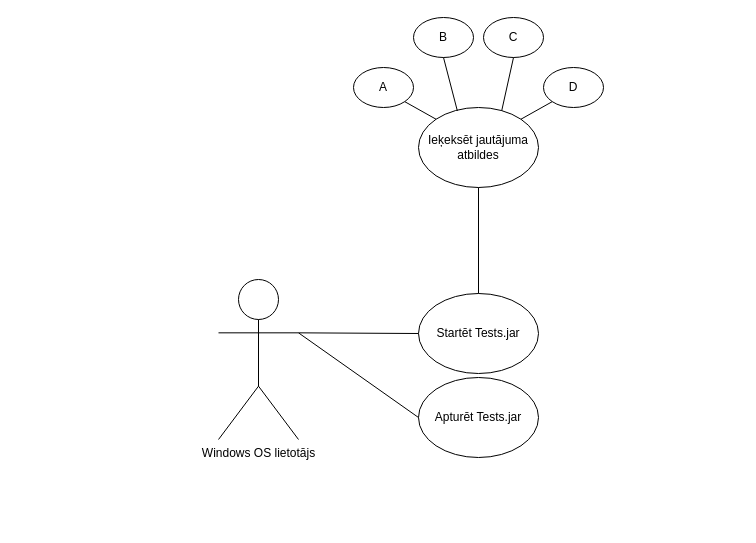
The draw.io diagram UML/UseCaseDiagram.drawio in ralfsSenfelds/SesijasEksamens_Senfelds, before the edit. Source tidied: cells renumbered, new cells numbered last; positions are measured from the earlier drawing's top-left corner, leaving out a move shared by most shapes. Both pictures are drawn from the tidied source at 100%, with x=0, y=0 at pixel (218, 17).
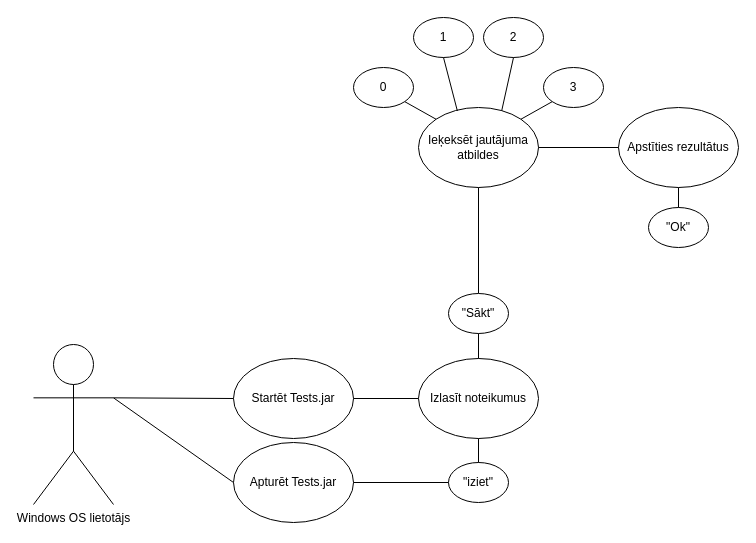
Above is the later version.

Unchanged cells that the change refers to:
```xml
<mxCell id="5" value="Ieķeksēt jautājuma atbildes" style="ellipse;whiteSpace=wrap;html=1;" parent="1" vertex="1">
  <mxGeometry x="200" y="90" width="120" height="80" as="geometry" />
</mxCell>
```

The edit, as a diff of the source:
```diff
@@
     <mxCell id="2" value="Windows OS lietotājs" style="shape=umlActor;verticalLabelPosition=bottom;verticalAlign=top;html=1;outlineConnect=0;" parent="1" vertex="1">
-      <mxGeometry y="262" width="80" height="160" as="geometry" />
+      <mxGeometry x="-185" y="327" width="80" height="160" as="geometry" />
     </mxCell>
     <mxCell id="3" value="Startēt Tests.jar" style="ellipse;whiteSpace=wrap;html=1;" parent="1" vertex="1">
-      <mxGeometry x="200" y="276" width="120" height="80" as="geometry" />
+      <mxGeometry x="15" y="341" width="120" height="80" as="geometry" />
     </mxCell>
     <mxCell id="4" value="Apturēt Tests.jar" style="ellipse;whiteSpace=wrap;html=1;" parent="1" vertex="1">
-      <mxGeometry x="200" y="360" width="120" height="80" as="geometry" />
+      <mxGeometry x="15" y="425" width="120" height="80" as="geometry" />
     </mxCell>
@@
-    <mxCell id="6" value="A" style="ellipse;whiteSpace=wrap;html=1;" parent="1" vertex="1">
+    <mxCell id="6" value="0" style="ellipse;whiteSpace=wrap;html=1;" parent="1" vertex="1">
       <mxGeometry x="135" y="50" width="60" height="40" as="geometry" />
     </mxCell>
-    <mxCell id="7" value="B" style="ellipse;whiteSpace=wrap;html=1;" parent="1" vertex="1">
+    <mxCell id="7" value="1" style="ellipse;whiteSpace=wrap;html=1;" parent="1" vertex="1">
       <mxGeometry x="195" width="60" height="40" as="geometry" />
     </mxCell>
-    <mxCell id="8" value="C" style="ellipse;whiteSpace=wrap;html=1;" parent="1" vertex="1">
+    <mxCell id="8" value="2" style="ellipse;whiteSpace=wrap;html=1;" parent="1" vertex="1">
       <mxGeometry x="265" width="60" height="40" as="geometry" />
     </mxCell>
-    <mxCell id="9" value="D" style="ellipse;whiteSpace=wrap;html=1;" parent="1" vertex="1">
+    <mxCell id="9" value="3" style="ellipse;whiteSpace=wrap;html=1;" parent="1" vertex="1">
       <mxGeometry x="325" y="50" width="60" height="40" as="geometry" />
     </mxCell>
@@
-    <mxCell id="12" style="endArrow=none;html=1;rounded=0;exitX=0.5;exitY=0;exitDx=0;exitDy=0;entryX=0.5;entryY=1;entryDx=0;entryDy=0;" parent="1" edge="1" source="3" target="5">
-      <mxGeometry relative="1" as="geometry" />
+    <mxCell id="12" style="endArrow=none;html=1;rounded=0;exitX=0.5;exitY=0;exitDx=0;exitDy=0;entryX=0.5;entryY=1;entryDx=0;entryDy=0;" parent="1" edge="1" target="5">
+      <mxGeometry relative="1" as="geometry">
+        <mxPoint x="260" y="276" as="sourcePoint" />
+      </mxGeometry>
     </mxCell>
@@
+    <mxCell id="17" value="Apstīties rezultātus" style="ellipse;whiteSpace=wrap;html=1;" parent="1" vertex="1">
+      <mxGeometry x="400" y="90" width="120" height="80" as="geometry" />
+    </mxCell>
+    <mxCell id="18" style="endArrow=none;html=1;rounded=0;exitX=0;exitY=0.5;exitDx=0;exitDy=0;entryX=1;entryY=0.5;entryDx=0;entryDy=0;" parent="1" edge="1" target="5">
+      <mxGeometry relative="1" as="geometry">
+        <mxPoint x="400" y="130" as="sourcePoint" />
+      </mxGeometry>
+    </mxCell>
+    <mxCell id="19" value="&quot;Ok&quot;" style="ellipse;whiteSpace=wrap;html=1;" parent="1" vertex="1">
+      <mxGeometry x="430" y="190" width="60" height="40" as="geometry" />
+    </mxCell>
+    <mxCell id="20" style="endArrow=none;html=1;rounded=0;exitX=0.5;exitY=0;exitDx=0;exitDy=0;entryX=0.5;entryY=1;entryDx=0;entryDy=0;" parent="1" edge="1" source="19">
+      <mxGeometry relative="1" as="geometry">
+        <mxPoint x="460" y="170" as="targetPoint" />
+      </mxGeometry>
+    </mxCell>
+    <mxCell id="21" value="Izlasīt noteikumus" style="ellipse;whiteSpace=wrap;html=1;" parent="1" vertex="1">
+      <mxGeometry x="200" y="341" width="120" height="80" as="geometry" />
+    </mxCell>
+    <mxCell id="22" style="endArrow=none;html=1;rounded=0;exitX=1;exitY=0.5;exitDx=0;exitDy=0;entryX=0;entryY=0.5;entryDx=0;entryDy=0;" parent="1" edge="1" source="3" target="21">
+      <mxGeometry relative="1" as="geometry" />
+    </mxCell>
+    <mxCell id="23" value="&quot;iziet&quot;" style="ellipse;whiteSpace=wrap;html=1;" parent="1" vertex="1">
+      <mxGeometry x="230" y="445" width="60" height="40" as="geometry" />
+    </mxCell>
+    <mxCell id="24" style="endArrow=none;html=1;rounded=0;exitX=0.5;exitY=1;exitDx=0;exitDy=0;entryX=0.5;entryY=0;entryDx=0;entryDy=0;" parent="1" edge="1" source="21" target="23">
+      <mxGeometry relative="1" as="geometry" />
+    </mxCell>
+    <mxCell id="25" value="&quot;Sākt&quot;" style="ellipse;whiteSpace=wrap;html=1;" parent="1" vertex="1">
+      <mxGeometry x="230" y="276" width="60" height="40" as="geometry" />
+    </mxCell>
+    <mxCell id="26" style="endArrow=none;html=1;rounded=0;entryX=0.5;entryY=1;entryDx=0;entryDy=0;exitX=0.5;exitY=0;exitDx=0;exitDy=0;" parent="1" edge="1" source="21" target="25">
+      <mxGeometry relative="1" as="geometry" />
+    </mxCell>
+    <mxCell id="27" style="endArrow=none;html=1;rounded=0;exitX=1;exitY=0.5;exitDx=0;exitDy=0;entryX=0;entryY=0.5;entryDx=0;entryDy=0;" parent="1" edge="1" source="4" target="23">
+      <mxGeometry relative="1" as="geometry" />
+    </mxCell>
```
